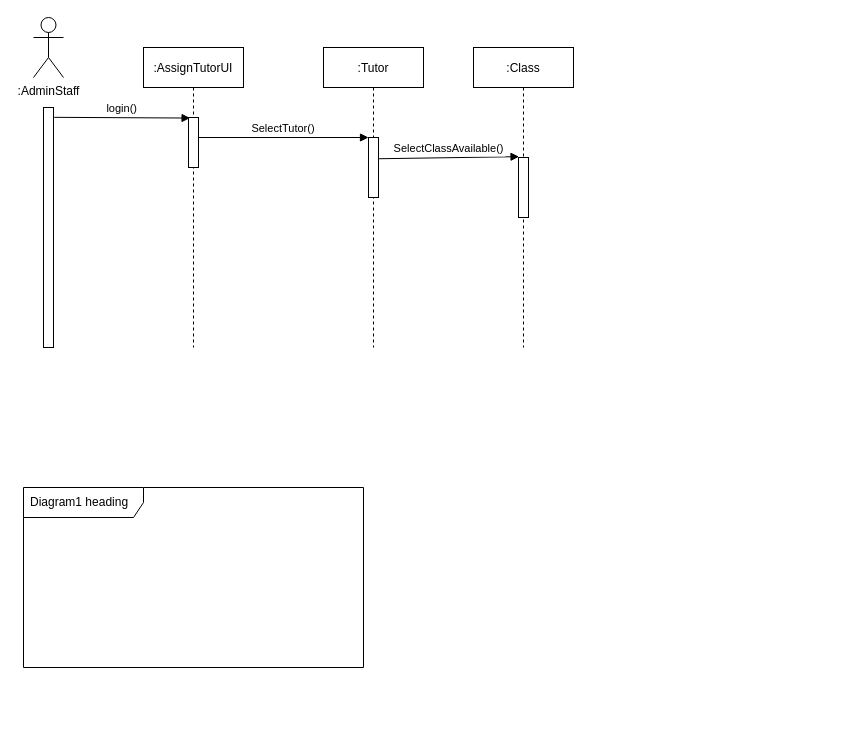
This is OOAD DIAGRAM/SequenceDiagram.drawio from Jerald13/SemV2-Drawio, a draw.io file, before an edit. Source tidied: cells renumbered, new cells numbered last; positions are measured from the earlier drawing's top-left corner, leaving out a move shared by most shapes. Both pictures are drawn from the tidied source at 100%, with x=0, y=0 at pixel (23, 17).
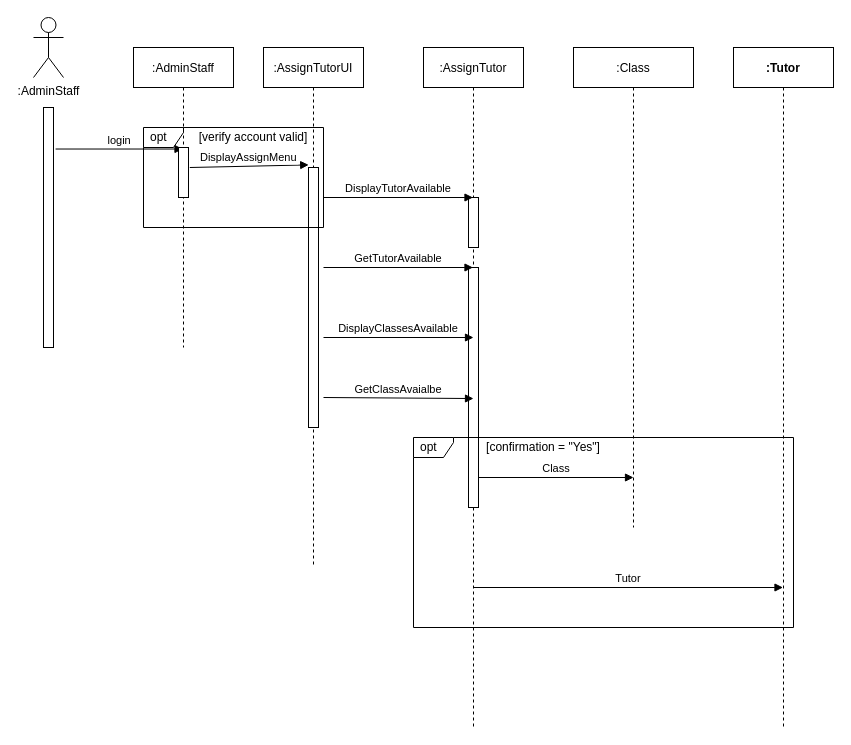
The same diagram, later.

The change refers to these unchanged cells:
```xml
<mxCell id="9" style="points=[];perimeter=orthogonalPerimeter;rounded=0;shadow=0;strokeWidth=1;" parent="1" vertex="1">
  <mxGeometry x="20" y="90" width="10" height="240" as="geometry" />
</mxCell>
```

What changed in the source:
```diff
@@
     <mxCell id="2" value=":AssignTutorUI" style="shape=umlLifeline;perimeter=lifelinePerimeter;rounded=0;shadow=0;strokeWidth=1;" parent="1" vertex="1">
-      <mxGeometry x="120" y="30" width="100" height="300" as="geometry" />
+      <mxGeometry x="240" y="30" width="100" height="520" as="geometry" />
     </mxCell>
     <mxCell id="3" style="points=[];perimeter=orthogonalPerimeter;rounded=0;shadow=0;strokeWidth=1;" parent="2" vertex="1">
-      <mxGeometry x="45" y="70" width="10" height="50" as="geometry" />
+      <mxGeometry x="45" y="120" width="10" height="260" as="geometry" />
     </mxCell>
+    <mxCell id="7" value="opt" style="shape=umlFrame;whiteSpace=wrap;html=1;width=40;height=20;boundedLbl=1;verticalAlign=middle;align=left;spacingLeft=5;strokeColor=default;gradientColor=none;" parent="2" vertex="1">
+      <mxGeometry x="-120" y="80" width="180" height="100" as="geometry" />
+    </mxCell>
+    <mxCell id="14" value="[verify account valid]" style="text;html=1;strokeColor=none;fillColor=none;align=center;verticalAlign=middle;whiteSpace=wrap;rounded=0;" parent="2" vertex="1">
+      <mxGeometry x="-80" y="85" width="140" height="10" as="geometry" />
+    </mxCell>
-    <mxCell id="4" value=":Tutor" style="shape=umlLifeline;perimeter=lifelinePerimeter;rounded=0;shadow=0;strokeWidth=1;" parent="1" vertex="1">
-      <mxGeometry x="300" y="30" width="100" height="300" as="geometry" />
+    <mxCell id="4" value=":AssignTutor" style="shape=umlLifeline;perimeter=lifelinePerimeter;rounded=0;shadow=0;strokeWidth=1;" parent="1" vertex="1">
+      <mxGeometry x="400" y="30" width="100" height="680" as="geometry" />
     </mxCell>
     <mxCell id="5" style="points=[];perimeter=orthogonalPerimeter;rounded=0;shadow=0;strokeWidth=1;" parent="4" vertex="1">
-      <mxGeometry x="45" y="90" width="10" height="60" as="geometry" />
+      <mxGeometry x="45" y="150" width="10" height="50" as="geometry" />
     </mxCell>
-    <mxCell id="6" value="SelectTutor()" style="verticalAlign=bottom;endArrow=block;entryX=0;entryY=0;shadow=0;strokeWidth=1;" parent="1" edge="1" source="3" target="5">
-      <mxGeometry relative="1" as="geometry" />
-    </mxCell>
-    <mxCell id="7" value="Diagram1 heading" style="shape=umlFrame;whiteSpace=wrap;html=1;width=120;height=30;boundedLbl=1;verticalAlign=middle;align=left;spacingLeft=5;strokeColor=default;gradientColor=none;" parent="1" vertex="1">
-      <mxGeometry y="470" width="340" height="180" as="geometry" />
-    </mxCell>
+    <mxCell id="15" style="points=[];perimeter=orthogonalPerimeter;rounded=0;shadow=0;strokeWidth=1;" parent="4" vertex="1">
+      <mxGeometry x="45" y="220" width="10" height="240" as="geometry" />
+    </mxCell>
+    <mxCell id="16" value="GetTutorAvailable" style="verticalAlign=bottom;endArrow=block;shadow=0;strokeWidth=1;" parent="4" edge="1">
+      <mxGeometry relative="1" as="geometry">
+        <mxPoint x="-100" y="220" as="sourcePoint" />
+        <mxPoint x="49.5" y="220" as="targetPoint" />
+      </mxGeometry>
+    </mxCell>
@@
     <mxCell id="10" value=":Class" style="shape=umlLifeline;perimeter=lifelinePerimeter;rounded=0;shadow=0;strokeWidth=1;" parent="1" vertex="1">
-      <mxGeometry x="450" y="30" width="100" height="300" as="geometry" />
+      <mxGeometry x="550" y="30" width="120" height="480" as="geometry" />
     </mxCell>
-    <mxCell id="11" style="points=[];perimeter=orthogonalPerimeter;rounded=0;shadow=0;strokeWidth=1;" parent="10" vertex="1">
-      <mxGeometry x="45" y="110" width="10" height="60" as="geometry" />
-    </mxCell>
+    <mxCell id="17" value="[confirmation = &quot;Yes&quot;]" style="text;html=1;strokeColor=none;fillColor=none;align=center;verticalAlign=middle;whiteSpace=wrap;rounded=0;" parent="10" vertex="1">
+      <mxGeometry x="-100" y="390" width="140" height="20" as="geometry" />
+    </mxCell>
+    <mxCell id="18" value="Class" style="verticalAlign=bottom;endArrow=block;shadow=0;strokeWidth=1;" parent="10" edge="1">
+      <mxGeometry relative="1" as="geometry">
+        <mxPoint x="-95" y="430" as="sourcePoint" />
+        <mxPoint x="60" y="430" as="targetPoint" />
+      </mxGeometry>
+    </mxCell>
-    <mxCell id="12" value="login()" style="verticalAlign=bottom;endArrow=block;entryX=0.159;entryY=0.011;shadow=0;strokeWidth=1;entryDx=0;entryDy=0;entryPerimeter=0;exitX=1.072;exitY=0.041;exitDx=0;exitDy=0;exitPerimeter=0;" parent="1" edge="1" source="9" target="3">
+    <mxCell id="12" value="login" style="verticalAlign=bottom;endArrow=block;shadow=0;strokeWidth=1;exitX=1.21;exitY=0.173;exitDx=0;exitDy=0;exitPerimeter=0;" parent="1" edge="1" source="9" target="19">
       <mxGeometry relative="1" as="geometry" />
     </mxCell>
-    <mxCell id="13" value="SelectClassAvailable()" style="verticalAlign=bottom;endArrow=block;entryX=0.055;entryY=-0.014;shadow=0;strokeWidth=1;entryDx=0;entryDy=0;entryPerimeter=0;exitX=1.055;exitY=0.354;exitDx=0;exitDy=0;exitPerimeter=0;" parent="1" edge="1" source="5" target="11">
-      <mxGeometry relative="1" as="geometry" />
-    </mxCell>
+    <mxCell id="19" value=":AdminStaff" style="shape=umlLifeline;perimeter=lifelinePerimeter;rounded=0;shadow=0;strokeWidth=1;" parent="1" vertex="1">
+      <mxGeometry x="110" y="30" width="100" height="300" as="geometry" />
+    </mxCell>
+    <mxCell id="20" style="perimeter=orthogonalPerimeter;rounded=0;shadow=0;strokeWidth=1;" parent="19" vertex="1">
+      <mxGeometry x="45" y="100" width="10" height="50" as="geometry" />
+    </mxCell>
+    <mxCell id="21" value="DisplayAssignMenu" style="verticalAlign=bottom;endArrow=block;shadow=0;strokeWidth=1;exitX=1.21;exitY=0.173;exitDx=0;exitDy=0;exitPerimeter=0;entryX=0.021;entryY=-0.01;entryDx=0;entryDy=0;entryPerimeter=0;" parent="1" edge="1" target="3">
+      <mxGeometry relative="1" as="geometry">
+        <mxPoint x="166.3" y="150" as="sourcePoint" />
+      </mxGeometry>
+    </mxCell>
+    <mxCell id="22" value="DisplayTutorAvailable" style="verticalAlign=bottom;endArrow=block;shadow=0;strokeWidth=1;" parent="1" edge="1" target="4">
+      <mxGeometry relative="1" as="geometry">
+        <mxPoint x="300" y="180" as="sourcePoint" />
+      </mxGeometry>
+    </mxCell>
+    <mxCell id="23" value=":Tutor" style="shape=umlLifeline;perimeter=lifelinePerimeter;rounded=0;shadow=0;strokeWidth=1;fontStyle=1;" parent="1" vertex="1">
+      <mxGeometry x="710" y="30" width="100" height="680" as="geometry" />
+    </mxCell>
+    <mxCell id="24" value="opt" style="shape=umlFrame;whiteSpace=wrap;html=1;width=40;height=20;boundedLbl=1;verticalAlign=middle;align=left;spacingLeft=5;strokeColor=default;gradientColor=none;" parent="23" vertex="1">
+      <mxGeometry x="-320" y="390" width="380" height="190" as="geometry" />
+    </mxCell>
+    <mxCell id="25" value="Tutor" style="verticalAlign=bottom;endArrow=block;shadow=0;strokeWidth=1;" parent="1" edge="1" target="23">
+      <mxGeometry relative="1" as="geometry">
+        <mxPoint x="450" y="570" as="sourcePoint" />
+      </mxGeometry>
+    </mxCell>
+    <mxCell id="26" value="DisplayClassesAvailable" style="verticalAlign=bottom;endArrow=block;shadow=0;strokeWidth=1;" parent="1" edge="1">
+      <mxGeometry relative="1" as="geometry">
+        <mxPoint x="300" y="320" as="sourcePoint" />
+        <mxPoint x="450" y="320" as="targetPoint" />
+      </mxGeometry>
+    </mxCell>
+    <mxCell id="27" value="GetClassAvaialbe" style="verticalAlign=bottom;endArrow=block;shadow=0;strokeWidth=1;entryX=0.5;entryY=0.546;entryDx=0;entryDy=0;entryPerimeter=0;" parent="1" edge="1" target="15">
+      <mxGeometry relative="1" as="geometry">
+        <mxPoint x="300" y="380" as="sourcePoint" />
+      </mxGeometry>
+    </mxCell>
```
